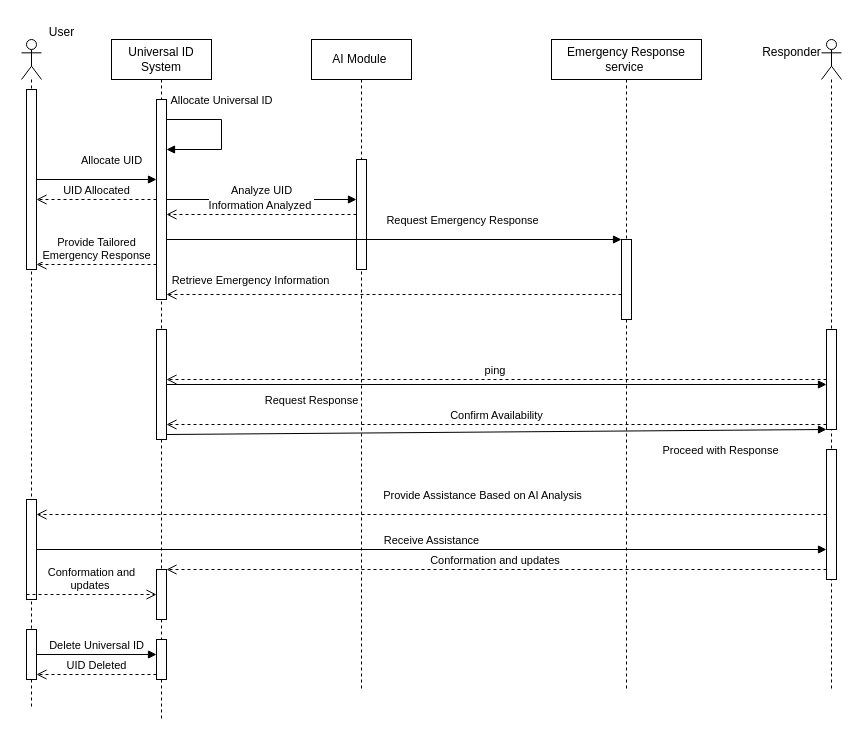
Before: AI-Based Universal ID System for Global Response and Services with 6G Network submission.drawio in kbsha/private, a draw.io diagram. Source tidied: cells renumbered, new cells numbered last; positions are measured from the earlier drawing's top-left corner, leaving out a move shared by most shapes. Both pictures are drawn from the tidied source at 100%, with x=0, y=0 at pixel (21, 17).
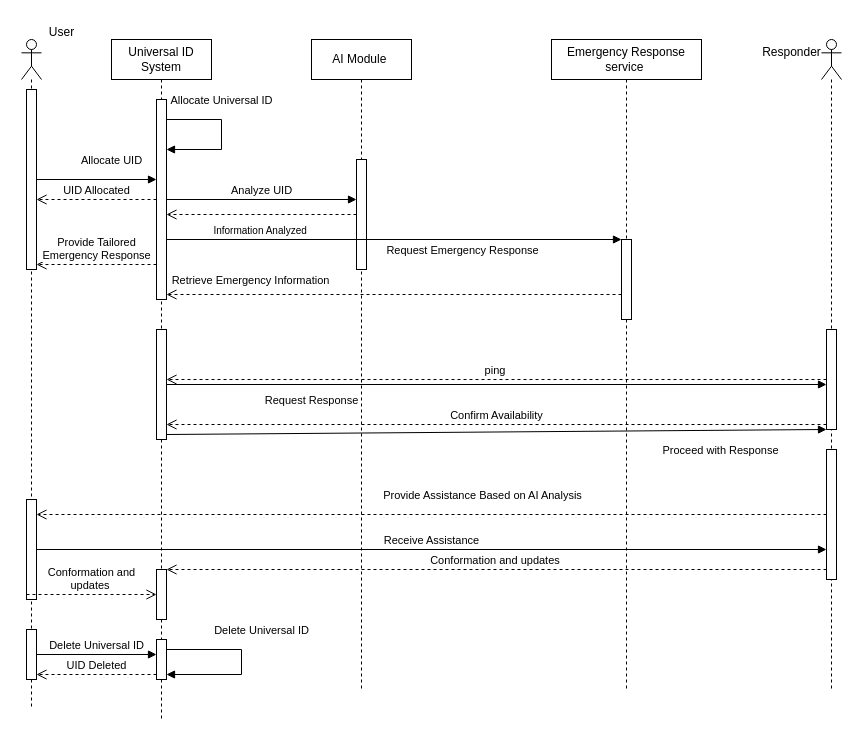
The same diagram, later.

Unchanged cells that the change refers to:
```xml
<mxCell id="9" value="Universal ID System" style="shape=umlLifeline;perimeter=lifelinePerimeter;whiteSpace=wrap;html=1;newEdgeStyle={&quot;curved&quot;:0,&quot;rounded&quot;:0};" parent="1" vertex="1">
  <mxGeometry x="90" y="22" width="100" height="680" as="geometry" />
</mxCell>
<mxCell id="10" style="html=1;points=[[0,0,0,0,5],[0,1,0,0,-5],[1,0,0,0,5],[1,1,0,0,-5]];perimeter=orthogonalPerimeter;outlineConnect=0;targetShapes=umlLifeline;portConstraint=eastwest;newEdgeStyle={&quot;curved&quot;:0,&quot;rounded&quot;:0};" parent="9" vertex="1">
  <mxGeometry x="45" y="60" width="10" height="200" as="geometry" />
</mxCell>
<mxCell id="14" style="html=1;points=[[0,0,0,0,5],[0,1,0,0,-5],[1,0,0,0,5],[1,1,0,0,-5]];perimeter=orthogonalPerimeter;outlineConnect=0;targetShapes=umlLifeline;portConstraint=eastwest;newEdgeStyle={&quot;curved&quot;:0,&quot;rounded&quot;:0};" parent="9" vertex="1">
  <mxGeometry x="45" y="600" width="10" height="40" as="geometry" />
</mxCell>
<mxCell id="18" style="html=1;points=[[0,0,0,0,5],[0,1,0,0,-5],[1,0,0,0,5],[1,1,0,0,-5]];perimeter=orthogonalPerimeter;outlineConnect=0;targetShapes=umlLifeline;portConstraint=eastwest;newEdgeStyle={&quot;curved&quot;:0,&quot;rounded&quot;:0};" parent="17" vertex="1">
  <mxGeometry x="45" y="120" width="10" height="110" as="geometry" />
</mxCell>
<mxCell id="20" style="html=1;points=[[0,0,0,0,5],[0,1,0,0,-5],[1,0,0,0,5],[1,1,0,0,-5]];perimeter=orthogonalPerimeter;outlineConnect=0;targetShapes=umlLifeline;portConstraint=eastwest;newEdgeStyle={&quot;curved&quot;:0,&quot;rounded&quot;:0};" parent="19" vertex="1">
  <mxGeometry x="70" y="200" width="10" height="80" as="geometry" />
</mxCell>
```

The edit, as a diff of the source:
```diff
@@
+    <mxCell id="38" value="Delete Universal ID" style="html=1;verticalAlign=bottom;endArrow=block;curved=0;rounded=0;entryX=1;entryY=1;entryDx=0;entryDy=-5;entryPerimeter=0;" parent="9" edge="1" source="14" target="14">
+      <mxGeometry x="-0.14" y="22" relative="1" as="geometry">
+        <Array as="points">
+          <mxPoint x="130" y="610" />
+          <mxPoint x="130" y="635" />
+        </Array>
+        <mxPoint x="-2" y="-10" as="offset" />
+      </mxGeometry>
+    </mxCell>
@@
-    <mxCell id="24" value="Information Analyzed&amp;nbsp;" style="html=1;verticalAlign=bottom;endArrow=open;dashed=1;endSize=8;curved=0;rounded=0;" parent="1" edge="1" source="18" target="10">
-      <mxGeometry relative="1" as="geometry" />
+    <mxCell id="24" value="&lt;font style=&quot;font-size: 10px;&quot;&gt;Information Analyzed&amp;nbsp;&lt;/font&gt;" style="html=1;verticalAlign=bottom;endArrow=open;dashed=1;endSize=8;curved=0;rounded=0;" parent="1" edge="1" source="18" target="10">
+      <mxGeometry y="25" relative="1" as="geometry" />
     </mxCell>
     <mxCell id="25" value="Request Emergency Response" style="html=1;verticalAlign=bottom;endArrow=block;curved=0;rounded=0;" parent="1" edge="1" source="10" target="20">
-      <mxGeometry x="0.3" y="10" relative="1" as="geometry" />
+      <mxGeometry x="0.3" y="-20" relative="1" as="geometry" />
     </mxCell>
```
